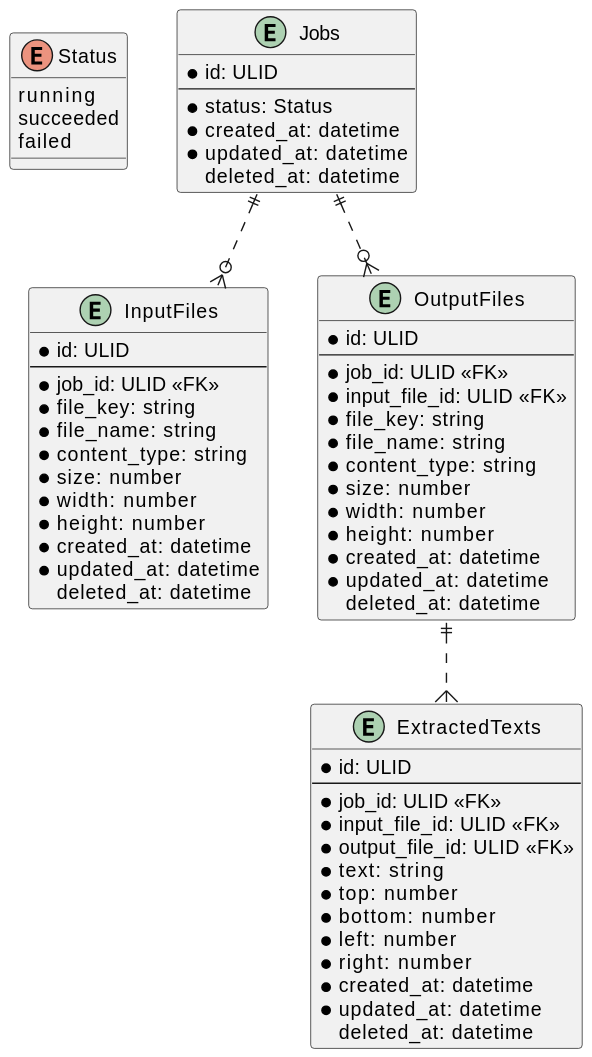
ijufumi/google-vision-sample keeps this PlantUML diagram as docs/tables.svg. Above is the earlier version.
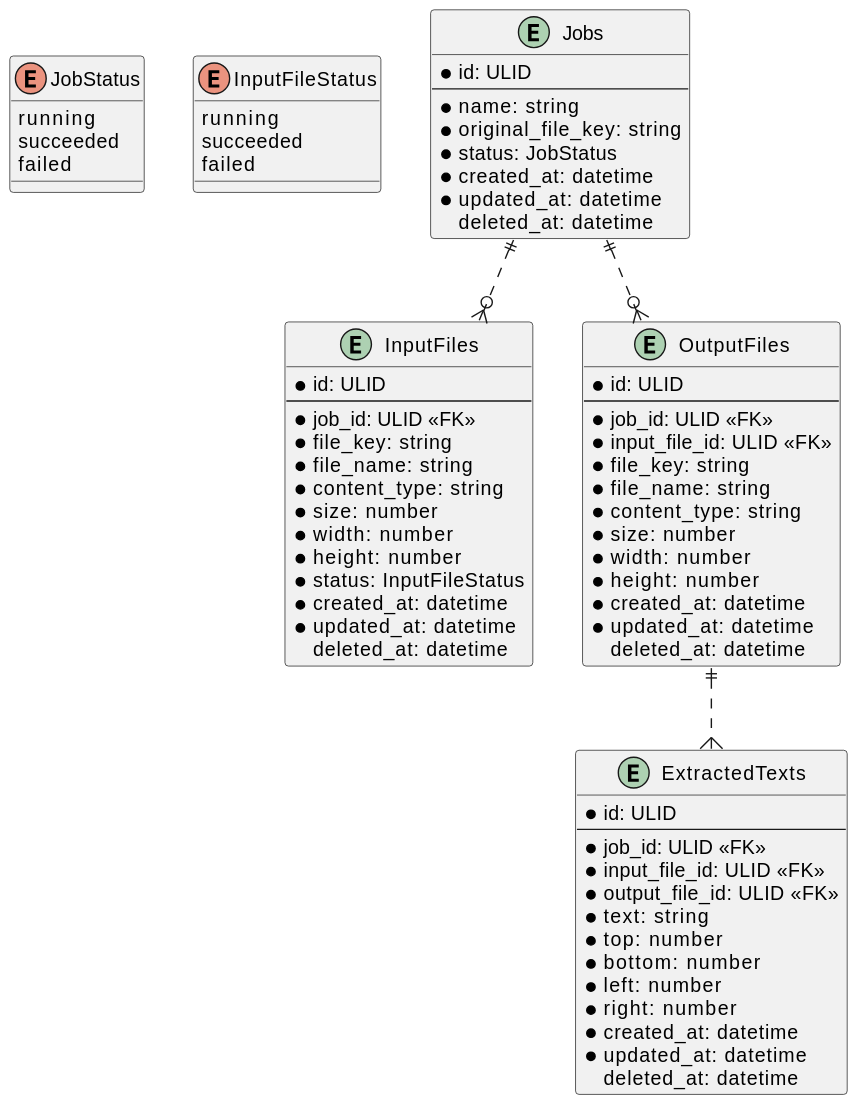
After the commit.

Diff of the diagram source:
```diff
@@ -1,5 +1,11 @@
 @startuml
-enum Status {
+enum JobStatus {
+  running
+  succeeded
+  failed
+}
+
+enum InputFileStatus {
   running
   succeeded
   failed
@@ -8,7 +14,9 @@
 entity Jobs {
   * id: ULID
   --
-  * status: Status
+  * name: string
+  * original_file_key: string
+  * status: JobStatus
   * created_at: datetime
   * updated_at: datetime
     deleted_at: datetime
@@ -24,6 +32,7 @@
   * size: number
   * width: number
   * height: number
+  * status: InputFileStatus
   * created_at: datetime
   * updated_at: datetime
     deleted_at: datetime
```
